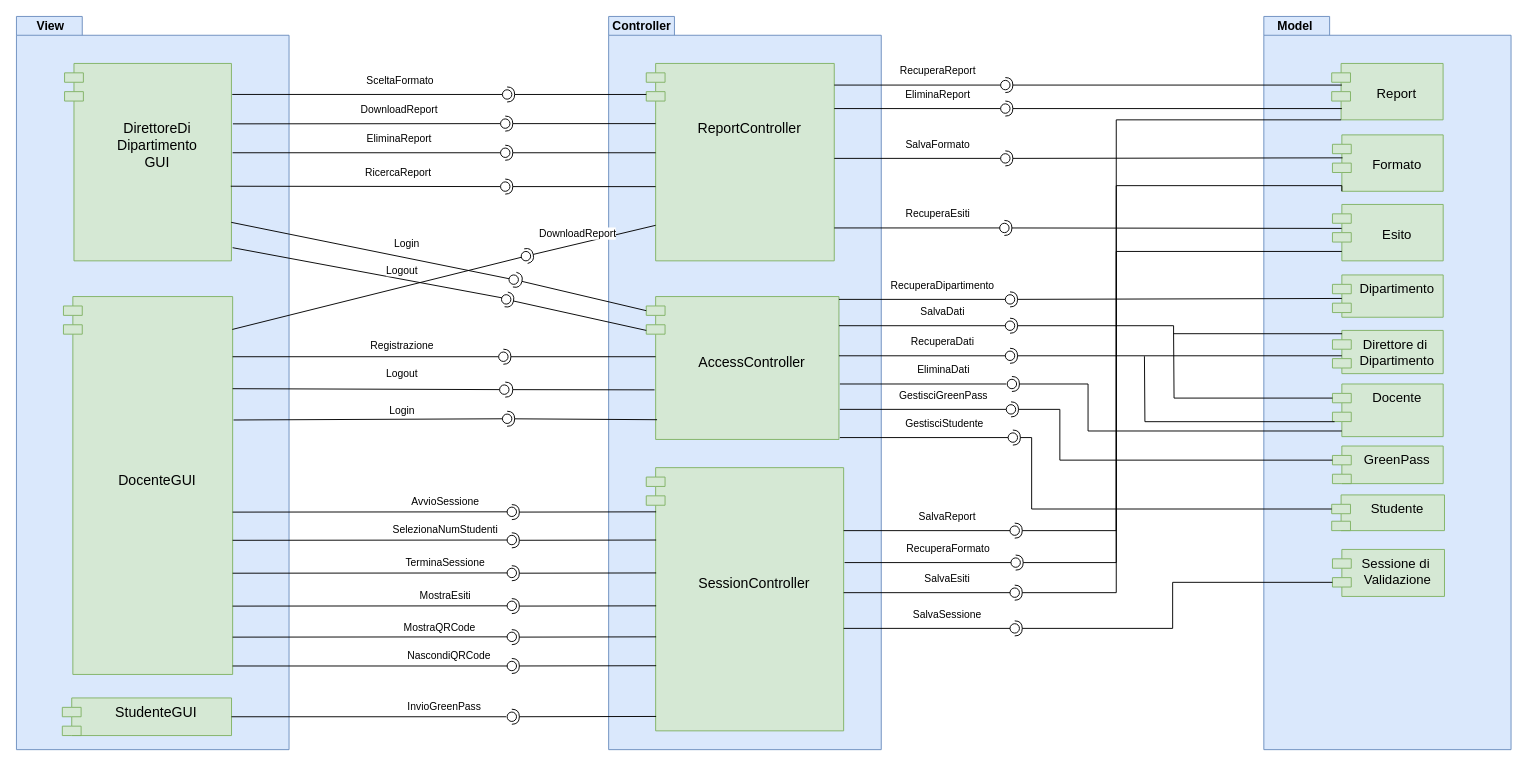
Alberto-00/EasyPass keeps this draw.io diagram as Documentazione/Resources/ServiziSottosistemi.drawio. Above is the earlier version. Source tidied: cells renumbered, new cells numbered last; positions are measured from the earlier drawing's top-left corner, leaving out a move shared by most shapes. Both pictures are drawn from the tidied source at 94%, with x=0, y=0 at pixel (16, 16).
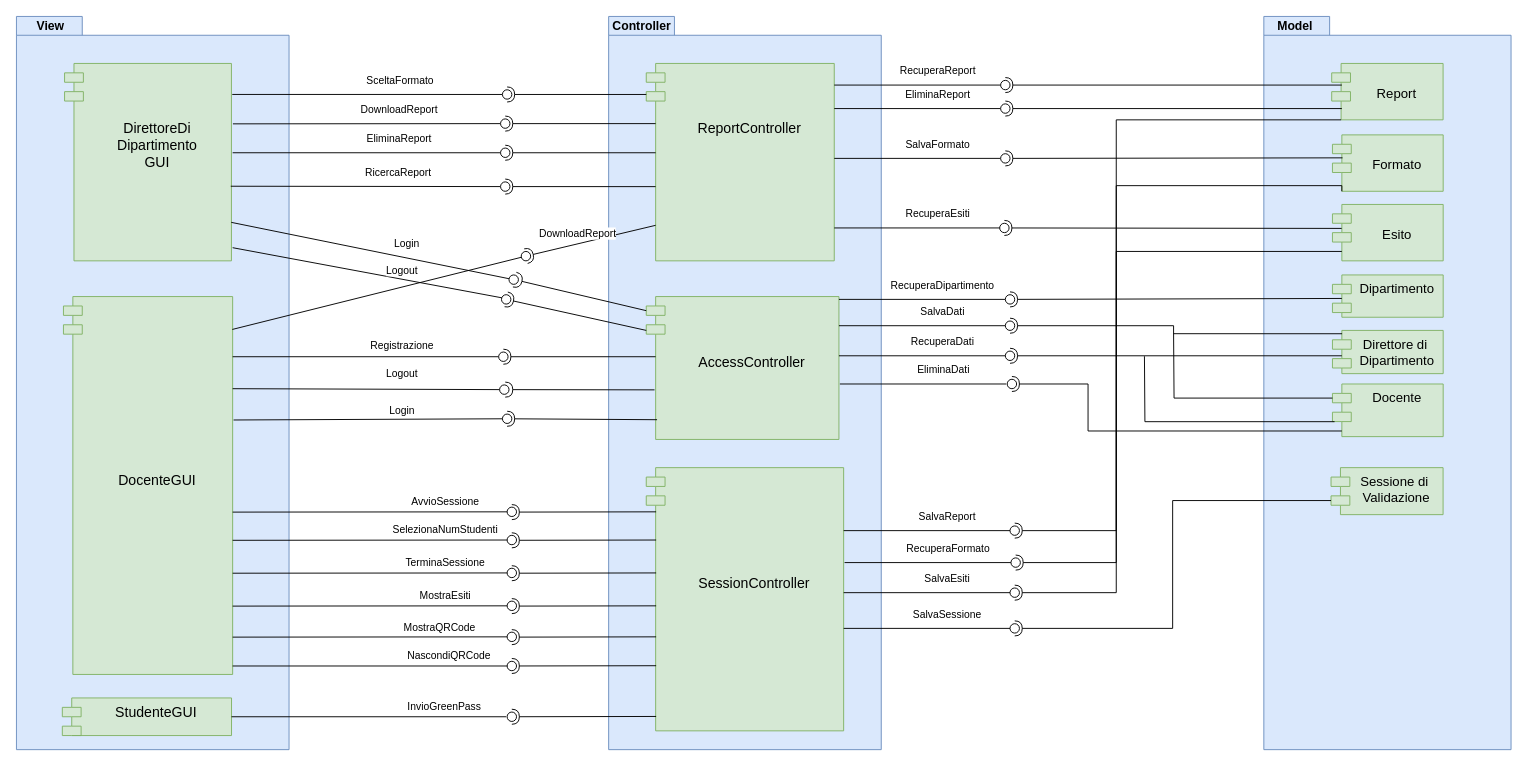
Above is the later version.

Commit message (it also covers changes not shown here):
Rimozione da SDD di Esito e Studente

The change refers to these unchanged cells:
```xml
<mxCell id="82" style="ellipse;whiteSpace=wrap;html=1;align=center;points=[];outlineConnect=0;sketch=0;" parent="1" vertex="1">
  <mxGeometry x="1057" y="646" width="10" height="10" as="geometry" />
</mxCell>
```

The edit, as a diff of the source:
```diff
@@
     <mxCell id="13" value="Sessione di &#10;Validazione" style="shape=module;align=left;spacingLeft=20;align=center;verticalAlign=top;fillColor=#d5e8d4;strokeColor=#82b366;fontSize=14;" parent="1" vertex="1">
-      <mxGeometry x="1400" y="567" width="119.2" height="50" as="geometry" />
+      <mxGeometry x="1398.5" y="480" width="119.2" height="50" as="geometry" />
     </mxCell>
@@
-    <mxCell id="15" value="Studente" style="shape=module;align=left;spacingLeft=20;align=center;verticalAlign=top;fillColor=#d5e8d4;strokeColor=#82b366;fontSize=14;" parent="1" vertex="1">
-      <mxGeometry x="1399.2" y="509" width="120" height="38" as="geometry" />
-    </mxCell>
-    <mxCell id="16" value="GreenPass" style="shape=module;align=left;spacingLeft=20;align=center;verticalAlign=top;fillColor=#d5e8d4;strokeColor=#82b366;fontSize=14;" parent="1" vertex="1">
-      <mxGeometry x="1400" y="457" width="117.8" height="40" as="geometry" />
-    </mxCell>
@@
     <mxCell id="81" style="rounded=0;jettySize=auto;html=1;endArrow=halfCircle;endFill=0;entryX=0.5;entryY=0.5;endSize=6;strokeWidth=1;sketch=0;edgeStyle=orthogonalEdgeStyle;exitX=0;exitY=0;exitDx=0;exitDy=35;exitPerimeter=0;" parent="1" edge="1" source="13" target="82">
       <mxGeometry relative="1" as="geometry">
         <Array as="points">
-          <mxPoint x="1230" y="602" />
+          <mxPoint x="1230" y="515" />
           <mxPoint x="1230" y="651" />
         </Array>
       </mxGeometry>
     </mxCell>
@@
-    <mxCell id="110" value="GestisciGreenPass" style="rounded=0;orthogonalLoop=1;jettySize=auto;html=1;endArrow=none;endFill=0;sketch=0;sourcePerimeterSpacing=0;targetPerimeterSpacing=0;" parent="1" edge="1">
-      <mxGeometry x="0.24" y="15" relative="1" as="geometry">
-        <mxPoint x="876" y="418" as="sourcePoint" />
-        <mxPoint x="1053" y="418" as="targetPoint" />
-      </mxGeometry>
-    </mxCell>
-    <mxCell id="111" style="rounded=0;jettySize=auto;html=1;endArrow=halfCircle;endFill=0;entryX=0.5;entryY=0.5;endSize=6;strokeWidth=1;sketch=0;edgeStyle=orthogonalEdgeStyle;exitX=0;exitY=0;exitDx=0;exitDy=15;exitPerimeter=0;" parent="1" edge="1" source="16">
-      <mxGeometry relative="1" as="geometry">
-        <mxPoint x="1058" y="418" as="targetPoint" />
-        <Array as="points">
-          <mxPoint x="1110" y="472" />
-          <mxPoint x="1110" y="418" />
-        </Array>
-      </mxGeometry>
-    </mxCell>
-    <mxCell id="112" style="ellipse;whiteSpace=wrap;html=1;align=center;sketch=0;" parent="1" vertex="1">
-      <mxGeometry x="1053" y="413" width="10" height="10" as="geometry" />
-    </mxCell>
-    <mxCell id="113" value="GestisciStudente" style="rounded=0;jettySize=auto;html=1;endArrow=none;endFill=0;sketch=0;sourcePerimeterSpacing=0;targetPerimeterSpacing=0;" parent="1" edge="1" target="115">
-      <mxGeometry x="0.24" y="15" relative="1" as="geometry">
-        <mxPoint x="876" y="448" as="sourcePoint" />
-      </mxGeometry>
-    </mxCell>
-    <mxCell id="114" style="rounded=0;jettySize=auto;html=1;endArrow=halfCircle;endFill=0;entryX=0.5;entryY=0.5;endSize=6;strokeWidth=1;sketch=0;edgeStyle=orthogonalEdgeStyle;exitX=0;exitY=0;exitDx=0;exitDy=15;exitPerimeter=0;" parent="1" edge="1" source="15" target="115">
-      <mxGeometry relative="1" as="geometry">
-        <Array as="points">
-          <mxPoint x="1080" y="524" />
-          <mxPoint x="1080" y="448" />
-        </Array>
-      </mxGeometry>
-    </mxCell>
-    <mxCell id="115" style="ellipse;whiteSpace=wrap;html=1;align=center;points=[];outlineConnect=0;sketch=0;" parent="1" vertex="1">
-      <mxGeometry x="1055" y="443" width="10" height="10" as="geometry" />
-    </mxCell>
```
